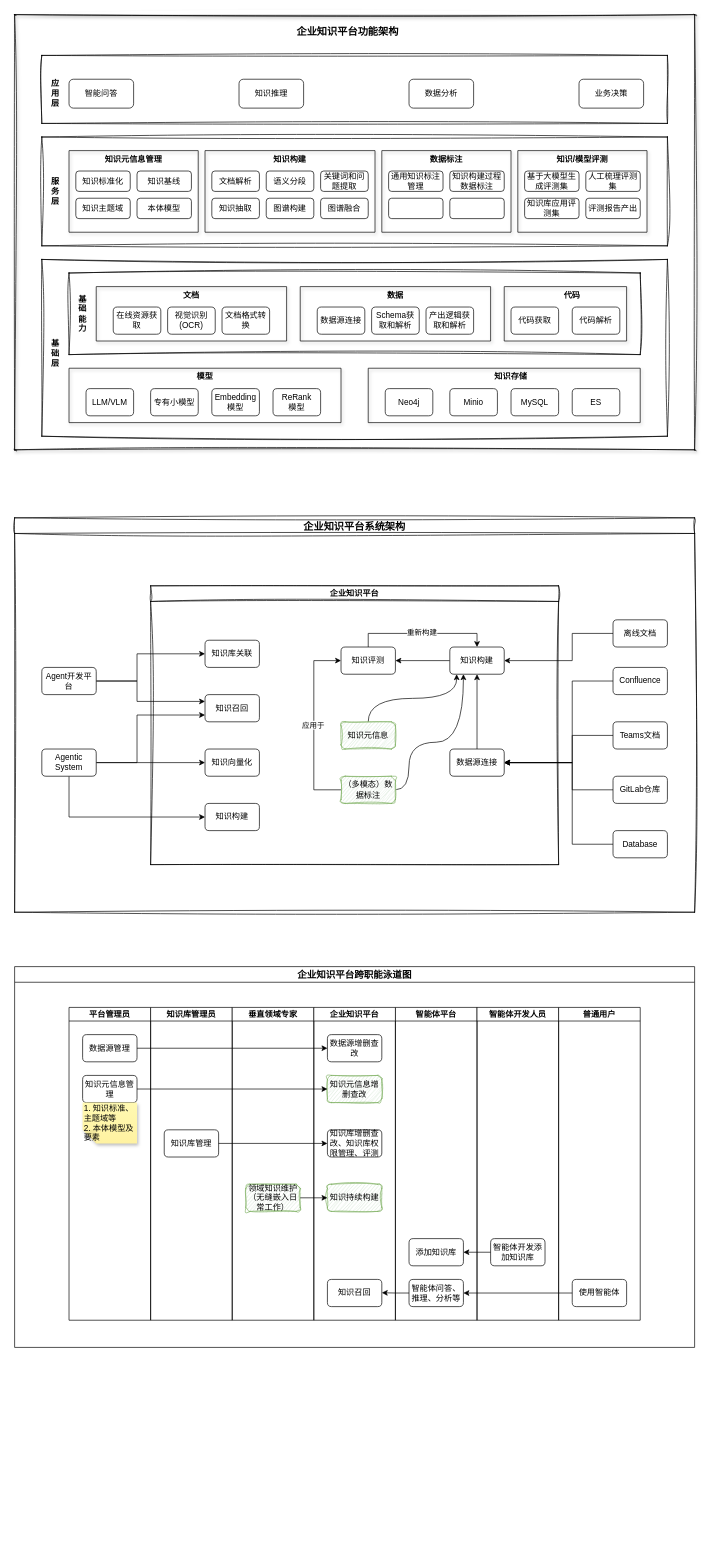
hlld3344/diagrams keeps this draw.io diagram as page "平台整体设计" (1 of 2) of biz_flow/企业知识平台设计.drawio. Above is the earlier version. Source tidied: cells renumbered, new cells numbered last; positions are measured from the earlier drawing's top-left corner, leaving out a move shared by most shapes. Both pictures are drawn from the tidied source at 68%, with x=0, y=0 at pixel (14, 14).
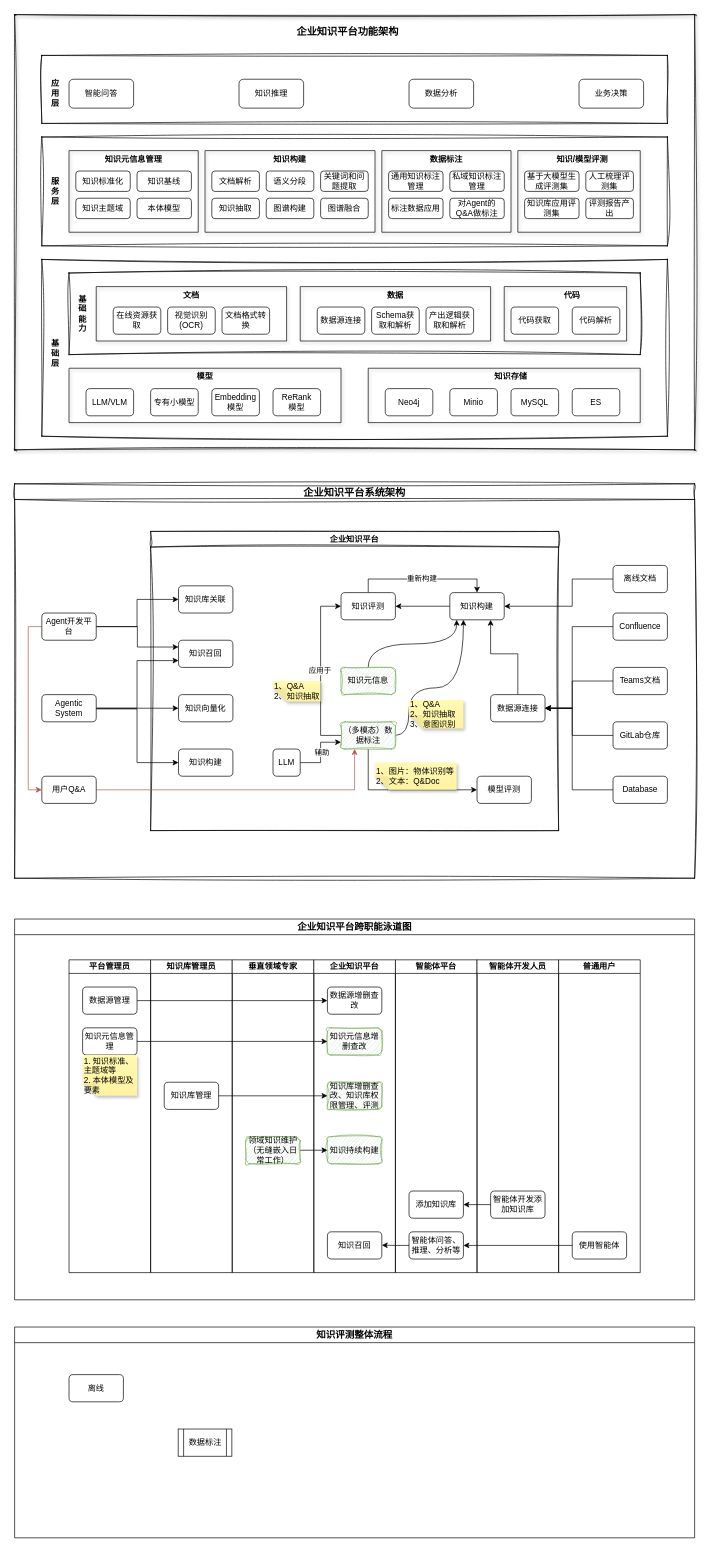
Above is the later version.

Commit message (it also covers changes not shown here):
更新企业知识平台设计.drawio

Unchanged cells that the change refers to:
```xml
<mxCell id="33" style="swimlane;startSize=0;sketch=1;curveFitting=1;jiggle=2;" parent="2" vertex="1">
  <mxGeometry x="40" y="180" width="920" height="160" as="geometry" />
</mxCell>
<mxCell id="43" style="swimlane;startSize=0;shadow=1;" parent="33" vertex="1">
  <mxGeometry x="500" y="20" width="190" height="120" as="geometry" />
</mxCell>
<mxCell id="74" value="知识构建" style="rounded=1;whiteSpace=wrap;html=1;" parent="69" vertex="1">
  <mxGeometry x="440" y="90" width="80" height="40" as="geometry" />
</mxCell>
<mxCell id="77" value="知识评测" style="rounded=1;whiteSpace=wrap;html=1;" parent="69" vertex="1">
  <mxGeometry x="280" y="90" width="80" height="40" as="geometry" />
</mxCell>
<mxCell id="85" value="（多模态）数据标注" style="rounded=1;whiteSpace=wrap;html=1;sketch=1;curveFitting=1;jiggle=2;fillColor=#d5e8d4;strokeColor=#82b366;" parent="69" vertex="1">
  <mxGeometry x="280" y="280" width="80" height="40" as="geometry" />
</mxCell>
<mxCell id="110" value="知识库管理员" style="swimlane;startSize=20;whiteSpace=wrap;html=1;" parent="105" vertex="1">
  <mxGeometry x="120" width="120" height="460" as="geometry" />
</mxCell>
```

What changed in the source:
```diff
@@
-    <mxCell id="45" value="知识构建过程数据标注" style="rounded=1;whiteSpace=wrap;html=1;" parent="43" vertex="1">
+    <mxCell id="45" value="私域知识标注管理" style="rounded=1;whiteSpace=wrap;html=1;" parent="43" vertex="1">
       <mxGeometry x="100" y="30" width="80" height="30" as="geometry" />
     </mxCell>
@@
-    <mxCell id="47" style="rounded=1;whiteSpace=wrap;html=1;" parent="43" vertex="1">
+    <mxCell id="47" value="标注数据应用" style="rounded=1;whiteSpace=wrap;html=1;" parent="43" vertex="1">
       <mxGeometry x="10" y="70" width="80" height="30" as="geometry" />
     </mxCell>
-    <mxCell id="48" style="rounded=1;whiteSpace=wrap;html=1;" parent="43" vertex="1">
+    <mxCell id="48" value="对Agent的Q&amp;amp;A做标注" style="rounded=1;whiteSpace=wrap;html=1;" parent="43" vertex="1">
       <mxGeometry x="100" y="70" width="80" height="30" as="geometry" />
     </mxCell>
@@
     <mxCell id="55" style="swimlane;startSize=0;shadow=1;" parent="33" vertex="1">
-      <mxGeometry x="700" y="20" width="190" height="120" as="geometry" />
+      <mxGeometry x="700" y="20" width="180" height="120" as="geometry" />
     </mxCell>
@@
     <mxCell id="57" value="人工梳理评测集" style="rounded=1;whiteSpace=wrap;html=1;" parent="55" vertex="1">
-      <mxGeometry x="100" y="30" width="80" height="30" as="geometry" />
+      <mxGeometry x="100" y="30" width="70" height="30" as="geometry" />
     </mxCell>
@@
     <mxCell id="60" value="评测报告产出" style="rounded=1;whiteSpace=wrap;html=1;" parent="55" vertex="1">
-      <mxGeometry x="100" y="70" width="80" height="30" as="geometry" />
+      <mxGeometry x="100" y="70" width="70" height="30" as="geometry" />
     </mxCell>
@@
     <mxCell id="68" value="&lt;font style=&quot;font-size: 15px;&quot;&gt;企业知识平台系统架构&lt;/font&gt;" style="swimlane;whiteSpace=wrap;html=1;shadow=0;sketch=1;curveFitting=1;jiggle=2;" parent="1" vertex="1">
-      <mxGeometry y="740" width="1000" height="580" as="geometry" />
+      <mxGeometry y="690" width="1000" height="580" as="geometry" />
     </mxCell>
     <mxCell id="69" value="企业知识平台" style="swimlane;whiteSpace=wrap;html=1;sketch=1;curveFitting=1;jiggle=2;" parent="68" vertex="1">
-      <mxGeometry x="200" y="100" width="600" height="410" as="geometry" />
+      <mxGeometry x="200" y="70" width="600" height="440" as="geometry" />
     </mxCell>
-    <mxCell id="70" style="edgeStyle=orthogonalEdgeStyle;rounded=0;jettySize=auto;html=1;exitX=0.5;exitY=0;exitDx=0;exitDy=0;" parent="69" edge="1" source="71">
+    <mxCell id="70" style="edgeStyle=orthogonalEdgeStyle;rounded=0;jettySize=auto;html=1;exitX=0.5;exitY=0;exitDx=0;exitDy=0;entryX=0.75;entryY=1;entryDx=0;entryDy=0;" parent="69" edge="1" source="71" target="74">
       <mxGeometry relative="1" as="geometry">
-        <mxPoint x="480" y="130" as="targetPoint" />
+        <Array as="points">
+          <mxPoint x="540" y="180" />
+          <mxPoint x="500" y="180" />
+        </Array>
       </mxGeometry>
     </mxCell>
     <mxCell id="71" value="数据源连接" style="rounded=1;whiteSpace=wrap;html=1;" parent="69" vertex="1">
-      <mxGeometry x="440" y="240" width="80" height="40" as="geometry" />
+      <mxGeometry x="500" y="240" width="80" height="40" as="geometry" />
     </mxCell>
@@
     <mxCell id="73" value="知识召回" style="rounded=1;whiteSpace=wrap;html=1;" parent="69" vertex="1">
-      <mxGeometry x="80" y="160" width="80" height="40" as="geometry" />
+      <mxGeometry x="41" y="160" width="80" height="40" as="geometry" />
     </mxCell>
@@
     <mxCell id="80" value="知识向量化" style="rounded=1;whiteSpace=wrap;html=1;" parent="69" vertex="1">
-      <mxGeometry x="80" y="240" width="80" height="40" as="geometry" />
+      <mxGeometry x="41" y="240" width="80" height="40" as="geometry" />
     </mxCell>
     <mxCell id="81" value="知识构建" style="rounded=1;whiteSpace=wrap;html=1;" parent="69" vertex="1">
-      <mxGeometry x="80" y="320" width="80" height="40" as="geometry" />
+      <mxGeometry x="41" y="320" width="80" height="40" as="geometry" />
     </mxCell>
@@
     <mxCell id="83" style="edgeStyle=orthogonalEdgeStyle;rounded=0;jettySize=auto;html=1;exitX=0;exitY=0.5;exitDx=0;exitDy=0;entryX=0;entryY=0.5;entryDx=0;entryDy=0;" parent="69" edge="1" source="85" target="77">
       <mxGeometry relative="1" as="geometry">
         <Array as="points">
-          <mxPoint x="240" y="300" />
-          <mxPoint x="240" y="110" />
+          <mxPoint x="250" y="300" />
+          <mxPoint x="250" y="110" />
         </Array>
       </mxGeometry>
     </mxCell>
@@
+    <mxCell id="134" style="edgeStyle=orthogonalEdgeStyle;rounded=0;jettySize=auto;html=1;exitX=0.5;exitY=1;exitDx=0;exitDy=0;entryX=0;entryY=0.5;entryDx=0;entryDy=0;" parent="69" edge="1" source="85" target="137">
+      <mxGeometry relative="1" as="geometry" />
+    </mxCell>
@@
+    <mxCell id="135" value="1、Q&amp;amp;A&lt;div&gt;2、知识抽取&lt;/div&gt;&lt;div&gt;3、意图识别&lt;/div&gt;" style="shape=note;whiteSpace=wrap;html=1;backgroundOutline=1;fontColor=#000000;darkOpacity=0.05;fillColor=#FFF9B2;strokeColor=none;fillStyle=solid;direction=west;gradientDirection=north;gradientColor=#FFF2A1;shadow=1;size=20;align=left;" parent="69" vertex="1">
+      <mxGeometry x="380" y="248" width="80" height="42" as="geometry" />
+    </mxCell>
+    <mxCell id="136" value="1、Q&amp;amp;A&lt;div&gt;2、知识抽取&lt;/div&gt;" style="shape=note;whiteSpace=wrap;html=1;backgroundOutline=1;fontColor=#000000;darkOpacity=0.05;fillColor=#FFF9B2;strokeColor=none;fillStyle=solid;direction=west;gradientDirection=north;gradientColor=#FFF2A1;shadow=1;size=20;align=left;" parent="69" vertex="1">
+      <mxGeometry x="180" y="220" width="70" height="30" as="geometry" />
+    </mxCell>
+    <mxCell id="137" value="模型评测" style="rounded=1;whiteSpace=wrap;html=1;" parent="69" vertex="1">
+      <mxGeometry x="480" y="360" width="80" height="40" as="geometry" />
+    </mxCell>
+    <mxCell id="138" value="1、图片：物体识别等&lt;div&gt;2、文本：Q&amp;amp;Doc&lt;/div&gt;" style="shape=note;whiteSpace=wrap;html=1;backgroundOutline=1;fontColor=#000000;darkOpacity=0.05;fillColor=#FFF9B2;strokeColor=none;fillStyle=solid;direction=west;gradientDirection=north;gradientColor=#FFF2A1;shadow=1;size=20;align=left;" parent="69" vertex="1">
+      <mxGeometry x="330" y="340" width="120" height="40" as="geometry" />
+    </mxCell>
+    <mxCell id="139" style="edgeStyle=orthogonalEdgeStyle;rounded=0;jettySize=auto;html=1;exitX=1;exitY=0.5;exitDx=0;exitDy=0;entryX=0;entryY=0.75;entryDx=0;entryDy=0;" parent="69" edge="1" source="141" target="85">
+      <mxGeometry relative="1" as="geometry" />
+    </mxCell>
+    <mxCell id="140" value="辅助" style="edgeLabel;html=1;align=center;verticalAlign=middle;" parent="139" vertex="1">
+      <mxGeometry x="0.03" y="-1" relative="1" as="geometry" />
+    </mxCell>
+    <mxCell id="141" value="LLM" style="rounded=1;whiteSpace=wrap;html=1;" parent="69" vertex="1">
+      <mxGeometry x="180" y="320" width="40" height="40" as="geometry" />
+    </mxCell>
     <mxCell id="86" style="edgeStyle=orthogonalEdgeStyle;rounded=0;jettySize=auto;html=1;exitX=1;exitY=0.5;exitDx=0;exitDy=0;entryX=0;entryY=0.5;entryDx=0;entryDy=0;" parent="68" edge="1" source="102" target="103">
       <mxGeometry relative="1" as="geometry">
         <Array as="points">
-          <mxPoint x="180" y="240" />
-          <mxPoint x="180" y="200" />
+          <mxPoint x="180" y="210" />
+          <mxPoint x="180" y="170" />
         </Array>
       </mxGeometry>
     </mxCell>
-    <mxCell id="87" style="edgeStyle=orthogonalEdgeStyle;rounded=0;jettySize=auto;html=1;exitX=1;exitY=0.5;exitDx=0;exitDy=0;" parent="68" edge="1" source="102">
-      <mxGeometry relative="1" as="geometry">
-        <mxPoint x="280" y="270" as="targetPoint" />
-        <Array as="points">
-          <mxPoint x="180" y="240" />
-          <mxPoint x="180" y="270" />
-          <mxPoint x="280" y="270" />
-        </Array>
-      </mxGeometry>
-    </mxCell>
@@
-    <mxCell id="89" style="edgeStyle=orthogonalEdgeStyle;rounded=0;jettySize=auto;html=1;exitX=0.5;exitY=1;exitDx=0;exitDy=0;entryX=0;entryY=0.5;entryDx=0;entryDy=0;" parent="68" edge="1" source="91" target="81">
-      <mxGeometry relative="1" as="geometry" />
+    <mxCell id="89" style="edgeStyle=orthogonalEdgeStyle;rounded=0;jettySize=auto;html=1;entryX=0;entryY=0.5;entryDx=0;entryDy=0;" parent="68" edge="1" target="81">
+      <mxGeometry relative="1" as="geometry">
+        <mxPoint x="120" y="330" as="sourcePoint" />
+        <Array as="points">
+          <mxPoint x="120" y="331" />
+          <mxPoint x="180" y="331" />
+          <mxPoint x="180" y="410" />
+        </Array>
+      </mxGeometry>
     </mxCell>
     <mxCell id="90" style="edgeStyle=orthogonalEdgeStyle;rounded=0;jettySize=auto;html=1;exitX=1;exitY=0.5;exitDx=0;exitDy=0;entryX=0;entryY=0.75;entryDx=0;entryDy=0;" parent="68" edge="1" source="91" target="73">
       <mxGeometry relative="1" as="geometry">
         <Array as="points">
-          <mxPoint x="180" y="360" />
-          <mxPoint x="180" y="290" />
+          <mxPoint x="180" y="330" />
+          <mxPoint x="180" y="260" />
         </Array>
       </mxGeometry>
     </mxCell>
     <mxCell id="91" value="Agentic System" style="rounded=1;whiteSpace=wrap;html=1;" parent="68" vertex="1">
-      <mxGeometry x="40" y="340" width="80" height="40" as="geometry" />
+      <mxGeometry x="40" y="310" width="80" height="40" as="geometry" />
     </mxCell>
     <mxCell id="92" style="edgeStyle=orthogonalEdgeStyle;rounded=0;jettySize=auto;html=1;exitX=0;exitY=0.5;exitDx=0;exitDy=0;entryX=1;entryY=0.5;entryDx=0;entryDy=0;" parent="68" edge="1" source="93" target="71">
       <mxGeometry relative="1" as="geometry">
         <Array as="points">
-          <mxPoint x="820" y="240" />
-          <mxPoint x="820" y="360" />
+          <mxPoint x="820" y="210" />
+          <mxPoint x="820" y="330" />
         </Array>
       </mxGeometry>
     </mxCell>
     <mxCell id="93" value="Confluence" style="rounded=1;whiteSpace=wrap;html=1;" parent="68" vertex="1">
-      <mxGeometry x="880" y="220" width="80" height="40" as="geometry" />
+      <mxGeometry x="880" y="190" width="80" height="40" as="geometry" />
     </mxCell>
     <mxCell id="94" style="edgeStyle=orthogonalEdgeStyle;rounded=0;jettySize=auto;html=1;exitX=0;exitY=0.5;exitDx=0;exitDy=0;entryX=1;entryY=0.5;entryDx=0;entryDy=0;" parent="68" edge="1" source="95" target="71">
       <mxGeometry relative="1" as="geometry">
         <Array as="points">
-          <mxPoint x="820" y="320" />
-          <mxPoint x="820" y="360" />
+          <mxPoint x="820" y="290" />
+          <mxPoint x="820" y="330" />
         </Array>
       </mxGeometry>
     </mxCell>
     <mxCell id="95" value="Teams文档" style="rounded=1;whiteSpace=wrap;html=1;" parent="68" vertex="1">
-      <mxGeometry x="880" y="300" width="80" height="40" as="geometry" />
+      <mxGeometry x="880" y="270" width="80" height="40" as="geometry" />
     </mxCell>
     <mxCell id="96" style="edgeStyle=orthogonalEdgeStyle;rounded=0;jettySize=auto;html=1;exitX=0;exitY=0.5;exitDx=0;exitDy=0;entryX=1;entryY=0.5;entryDx=0;entryDy=0;" parent="68" edge="1" source="97" target="71">
       <mxGeometry relative="1" as="geometry">
         <Array as="points">
-          <mxPoint x="820" y="400" />
-          <mxPoint x="820" y="360" />
+          <mxPoint x="820" y="370" />
+          <mxPoint x="820" y="330" />
         </Array>
       </mxGeometry>
     </mxCell>
     <mxCell id="97" value="GitLab仓库" style="rounded=1;whiteSpace=wrap;html=1;" parent="68" vertex="1">
-      <mxGeometry x="880" y="380" width="80" height="40" as="geometry" />
+      <mxGeometry x="880" y="350" width="80" height="40" as="geometry" />
     </mxCell>
     <mxCell id="98" style="edgeStyle=orthogonalEdgeStyle;rounded=0;jettySize=auto;html=1;exitX=0;exitY=0.5;exitDx=0;exitDy=0;entryX=1;entryY=0.5;entryDx=0;entryDy=0;" parent="68" edge="1" source="99">
       <mxGeometry relative="1" as="geometry">
-        <mxPoint x="720" y="210" as="targetPoint" />
+        <mxPoint x="720" y="180" as="targetPoint" />
         <Array as="points">
-          <mxPoint x="820" y="170" />
-          <mxPoint x="820" y="210" />
+          <mxPoint x="820" y="140" />
+          <mxPoint x="820" y="180" />
         </Array>
       </mxGeometry>
     </mxCell>
     <mxCell id="99" value="离线文档" style="rounded=1;whiteSpace=wrap;html=1;" parent="68" vertex="1">
-      <mxGeometry x="880" y="150" width="80" height="40" as="geometry" />
+      <mxGeometry x="880" y="120" width="80" height="40" as="geometry" />
     </mxCell>
     <mxCell id="100" style="edgeStyle=orthogonalEdgeStyle;rounded=0;jettySize=auto;html=1;exitX=0;exitY=0.5;exitDx=0;exitDy=0;entryX=1;entryY=0.5;entryDx=0;entryDy=0;" parent="68" edge="1" source="101" target="71">
       <mxGeometry relative="1" as="geometry">
         <Array as="points">
-          <mxPoint x="820" y="480" />
-          <mxPoint x="820" y="360" />
+          <mxPoint x="820" y="450" />
+          <mxPoint x="820" y="330" />
         </Array>
       </mxGeometry>
     </mxCell>
     <mxCell id="101" value="Database" style="rounded=1;whiteSpace=wrap;html=1;" parent="68" vertex="1">
-      <mxGeometry x="880" y="460" width="80" height="40" as="geometry" />
+      <mxGeometry x="880" y="430" width="80" height="40" as="geometry" />
     </mxCell>
+    <mxCell id="142" style="edgeStyle=orthogonalEdgeStyle;rounded=0;jettySize=auto;html=1;exitX=1;exitY=0.5;exitDx=0;exitDy=0;entryX=0;entryY=0.25;entryDx=0;entryDy=0;" parent="68" edge="1" source="102" target="73">
+      <mxGeometry relative="1" as="geometry" />
+    </mxCell>
+    <mxCell id="143" style="edgeStyle=orthogonalEdgeStyle;rounded=0;jettySize=auto;html=1;exitX=0;exitY=0.5;exitDx=0;exitDy=0;entryX=0;entryY=0.5;entryDx=0;entryDy=0;fillColor=#f8cecc;strokeColor=#b85450;" parent="68" edge="1" source="102" target="145">
+      <mxGeometry relative="1" as="geometry" />
+    </mxCell>
     <mxCell id="102" value="Agent开发平台" style="rounded=1;whiteSpace=wrap;html=1;" parent="68" vertex="1">
-      <mxGeometry x="40" y="220" width="80" height="40" as="geometry" />
+      <mxGeometry x="40" y="190" width="80" height="40" as="geometry" />
     </mxCell>
     <mxCell id="103" value="知识库关联" style="rounded=1;whiteSpace=wrap;html=1;" parent="68" vertex="1">
-      <mxGeometry x="280" y="180" width="80" height="40" as="geometry" />
+      <mxGeometry x="241" y="150" width="80" height="40" as="geometry" />
     </mxCell>
+    <mxCell id="144" style="edgeStyle=orthogonalEdgeStyle;rounded=0;jettySize=auto;html=1;exitX=1;exitY=0.5;exitDx=0;exitDy=0;entryX=0.25;entryY=1;entryDx=0;entryDy=0;fillColor=#f8cecc;strokeColor=#b85450;" parent="68" edge="1" source="145" target="85">
+      <mxGeometry relative="1" as="geometry" />
+    </mxCell>
+    <mxCell id="145" value="用户Q&amp;amp;A" style="rounded=1;whiteSpace=wrap;html=1;" parent="68" vertex="1">
+      <mxGeometry x="40" y="430" width="80" height="40" as="geometry" />
+    </mxCell>
     <mxCell id="104" value="&lt;font style=&quot;font-size: 14px;&quot;&gt;企业知识平台跨职能泳道图&lt;/font&gt;" style="swimlane;whiteSpace=wrap;html=1;" parent="1" vertex="1">
-      <mxGeometry y="1400" width="1000" height="560" as="geometry" />
+      <mxGeometry y="1330" width="1000" height="560" as="geometry" />
     </mxCell>
@@
-    <mxCell id="112" value="知识库增删查改、知识库权限管理、评测" style="rounded=1;whiteSpace=wrap;html=1;" parent="110" vertex="1">
+    <mxCell id="112" value="知识库增删查改、知识库权限管理、评测" style="rounded=1;whiteSpace=wrap;html=1;fillColor=#d5e8d4;strokeColor=#82b366;sketch=1;curveFitting=1;jiggle=2;" parent="110" vertex="1">
       <mxGeometry x="260" y="180" width="80" height="40" as="geometry" />
     </mxCell>
@@
+    <mxCell id="146" value="知识评测整体流程" style="swimlane;whiteSpace=wrap;html=1;fontSize=14;" parent="1" vertex="1">
+      <mxGeometry y="1930" width="1000" height="310" as="geometry" />
+    </mxCell>
+    <mxCell id="147" value="数据标注" style="shape=process;whiteSpace=wrap;html=1;backgroundOutline=1;" parent="146" vertex="1">
+      <mxGeometry x="240.5" y="150" width="79" height="40" as="geometry" />
+    </mxCell>
+    <mxCell id="148" value="离线" style="rounded=1;whiteSpace=wrap;html=1;" parent="146" vertex="1">
+      <mxGeometry x="80" y="70" width="80" height="40" as="geometry" />
+    </mxCell>
```
